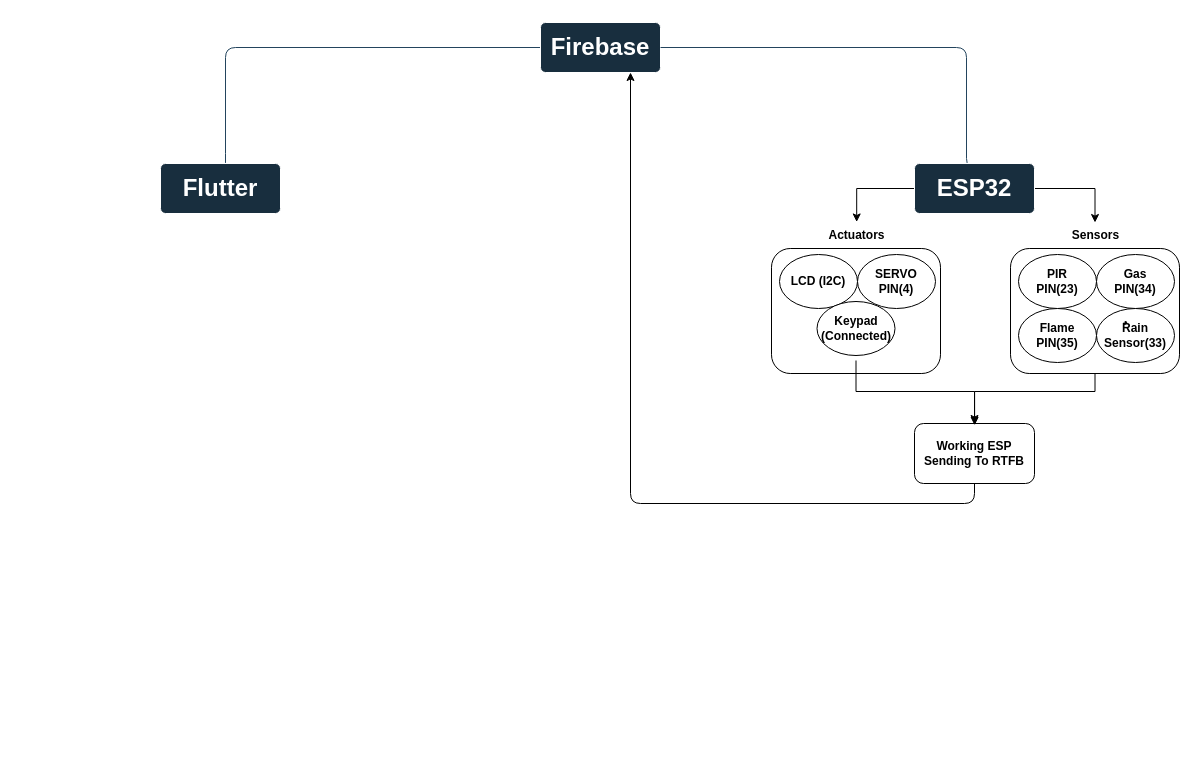
MahmoudEssam707/Embedded-Project keeps this draw.io diagram as PROJECT/Charts/Decision.drawio. Above is the earlier version. Source tidied: cells renumbered, new cells numbered last; positions are measured from the earlier drawing's top-left corner, leaving out a move shared by most shapes. Both pictures are drawn from the tidied source at 100%, with x=0, y=0 at pixel (160, 22).
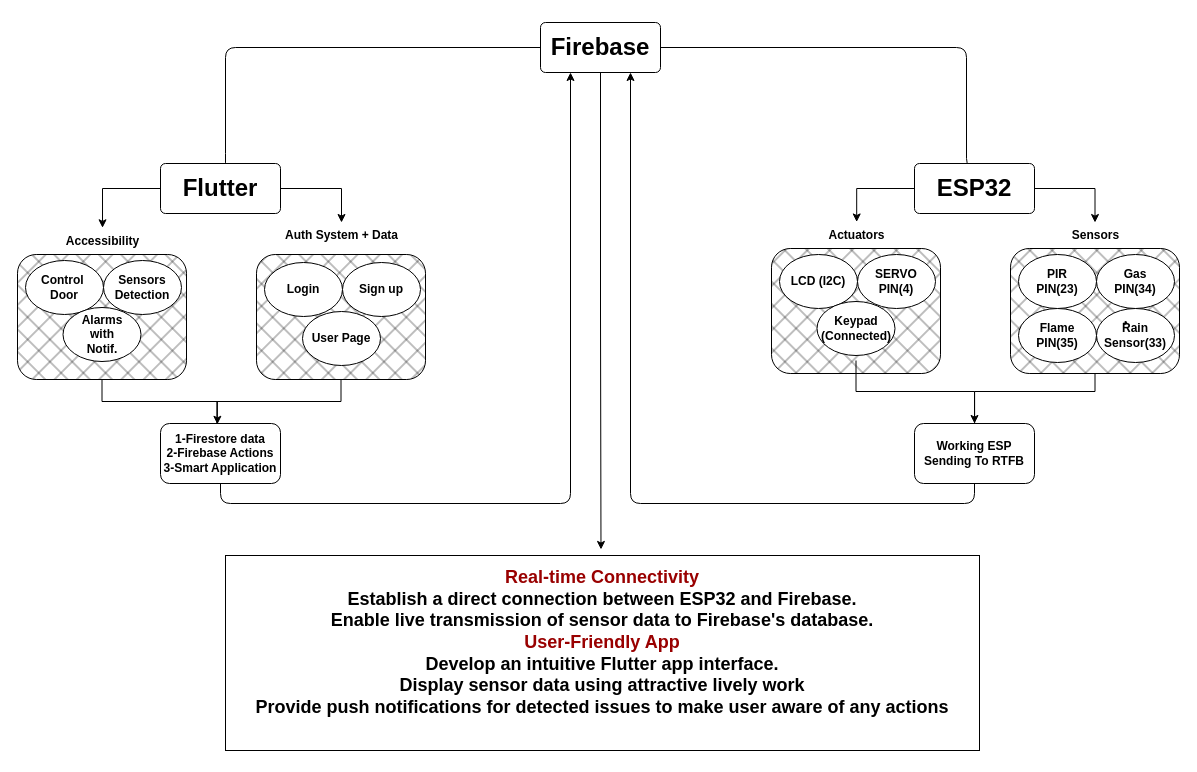
Above is the later version.

Change to the diagram source:
```diff
@@
+    <mxCell id="22" style="rounded=1;whiteSpace=wrap;html=1;direction=east;fillColor=#000000;fillStyle=cross-hatch;fontColor=#ffffff;strokeColor=#000000;" parent="1" vertex="1">
+      <mxGeometry x="850" y="226" width="169" height="125" as="geometry" />
+    </mxCell>
+    <mxCell id="23" style="rounded=1;whiteSpace=wrap;html=1;direction=east;fillColor=#000000;fillStyle=cross-hatch;fontColor=#ffffff;strokeColor=#000000;" parent="1" vertex="1">
+      <mxGeometry x="611" y="226" width="169" height="125" as="geometry" />
+    </mxCell>
-    <mxCell id="2" style="edgeStyle=orthogonalEdgeStyle;rounded=1;jettySize=auto;html=1;startArrow=none;startFill=0;endArrow=none;endFill=0;exitX=0;exitY=0.5;exitDx=0;exitDy=0;labelBackgroundColor=none;strokeColor=#23445D;fontColor=default;entryX=0;entryY=0.5;entryDx=0;entryDy=0;" parent="1" edge="1" source="3">
+    <mxCell id="2" style="edgeStyle=orthogonalEdgeStyle;rounded=1;jettySize=auto;html=1;startArrow=none;startFill=0;endArrow=none;endFill=0;exitX=0;exitY=0.5;exitDx=0;exitDy=0;labelBackgroundColor=none;fontColor=default;entryX=0;entryY=0.5;entryDx=0;entryDy=0;" parent="1" edge="1" source="3">
       <mxGeometry relative="1" as="geometry">
         <mxPoint x="65" y="156" as="targetPoint" />
         <Array as="points">
           <mxPoint x="65" y="25" />
           <mxPoint x="65" y="141" />
         </Array>
       </mxGeometry>
     </mxCell>
+    <mxCell id="24" style="edgeStyle=orthogonalEdgeStyle;rounded=0;jettySize=auto;html=1;exitX=0.5;exitY=1;exitDx=0;exitDy=0;entryX=0.498;entryY=-0.031;entryDx=0;entryDy=0;entryPerimeter=0;fontStyle=1;" parent="1" edge="1" source="3" target="41">
+      <mxGeometry relative="1" as="geometry" />
+    </mxCell>
-    <mxCell id="3" value="&lt;h1&gt;&lt;b&gt;Firebase&lt;/b&gt;&lt;/h1&gt;" style="rounded=1;arcSize=10;whiteSpace=wrap;html=1;align=center;labelBackgroundColor=none;fillColor=#182E3E;strokeColor=#FFFFFF;fontColor=#FFFFFF;direction=east;" parent="1" vertex="1">
+    <mxCell id="3" value="&lt;h1&gt;&lt;b&gt;Firebase&lt;/b&gt;&lt;/h1&gt;" style="rounded=1;arcSize=10;whiteSpace=wrap;html=1;align=center;labelBackgroundColor=none;direction=east;" parent="1" vertex="1">
       <mxGeometry x="380" width="120" height="50" as="geometry" />
     </mxCell>
-    <mxCell id="4" style="edgeStyle=orthogonalEdgeStyle;rounded=1;jettySize=auto;html=1;startArrow=none;startFill=0;endArrow=none;endFill=0;exitX=1;exitY=0.5;exitDx=0;exitDy=0;shadow=0;strokeColor=#23445D;labelBackgroundColor=none;fontColor=default;entryX=0.5;entryY=0;entryDx=0;entryDy=0;" parent="1" edge="1" source="3" target="7">
+    <mxCell id="4" style="edgeStyle=orthogonalEdgeStyle;rounded=1;jettySize=auto;html=1;startArrow=none;startFill=0;endArrow=none;endFill=0;exitX=1;exitY=0.5;exitDx=0;exitDy=0;shadow=0;labelBackgroundColor=none;fontColor=default;entryX=0.5;entryY=0;entryDx=0;entryDy=0;" parent="1" edge="1" source="3" target="7">
       <mxGeometry relative="1" as="geometry">
         <Array as="points">
           <mxPoint x="806" y="25" />
           <mxPoint x="806" y="146" />
           <mxPoint x="832" y="146" />
           <mxPoint x="832" y="141" />
         </Array>
       </mxGeometry>
     </mxCell>
@@
-    <mxCell id="7" value="&lt;h1&gt;&lt;b&gt;ESP32&lt;/b&gt;&lt;/h1&gt;" style="rounded=1;arcSize=10;whiteSpace=wrap;html=1;align=center;labelBackgroundColor=none;fillColor=#182E3E;strokeColor=#FFFFFF;fontColor=#FFFFFF;direction=east;" parent="1" vertex="1">
+    <mxCell id="7" value="&lt;h1&gt;&lt;b&gt;ESP32&lt;/b&gt;&lt;/h1&gt;" style="rounded=1;arcSize=10;whiteSpace=wrap;html=1;align=center;labelBackgroundColor=none;direction=east;" parent="1" vertex="1">
       <mxGeometry x="754" y="141" width="120" height="50" as="geometry" />
     </mxCell>
@@
-    <mxCell id="12" style="edgeStyle=orthogonalEdgeStyle;rounded=0;jettySize=auto;html=1;entryX=0.501;entryY=0.03;entryDx=0;entryDy=0;entryPerimeter=0;exitX=0.501;exitY=0.03;exitDx=0;exitDy=0;exitPerimeter=0;" parent="1" edge="1" target="21">
+    <mxCell id="12" style="edgeStyle=orthogonalEdgeStyle;rounded=0;jettySize=auto;html=1;entryX=0.501;entryY=0.03;entryDx=0;entryDy=0;entryPerimeter=0;exitX=0.501;exitY=0.03;exitDx=0;exitDy=0;exitPerimeter=0;endArrow=none;endFill=0;" parent="1" edge="1" target="21">
       <mxGeometry relative="1" as="geometry">
         <mxPoint x="934.5" y="351" as="sourcePoint" />
         <Array as="points">
           <mxPoint x="935" y="369" />
           <mxPoint x="814" y="369" />
         </Array>
       </mxGeometry>
     </mxCell>
-    <mxCell id="13" value="&lt;b&gt;Sensors&lt;/b&gt;" style="text;html=1;align=center;verticalAlign=middle;points=[];strokeColor=none;fillColor=none;" parent="1" vertex="1">
+    <mxCell id="13" value="&lt;b&gt;Sensors&lt;/b&gt;" style="text;html=1;align=center;verticalAlign=middle;points=[];" parent="1" vertex="1">
       <mxGeometry x="895.5" y="200" width="78" height="26" as="geometry" />
     </mxCell>
@@
-    <mxCell id="18" value="&lt;b&gt;Actuators&lt;/b&gt;" style="text;html=1;align=center;verticalAlign=middle;points=[];strokeColor=none;fillColor=none;" parent="1" vertex="1">
+    <mxCell id="18" value="&lt;b&gt;Actuators&lt;/b&gt;" style="text;html=1;align=center;verticalAlign=middle;points=[];" parent="1" vertex="1">
       <mxGeometry x="656.5" y="200" width="78" height="26" as="geometry" />
     </mxCell>
+    <mxCell id="25" style="edgeStyle=orthogonalEdgeStyle;rounded=0;jettySize=auto;html=1;exitX=1;exitY=0.5;exitDx=0;exitDy=0;" parent="1" edge="1" source="19" target="37">
+      <mxGeometry relative="1" as="geometry" />
+    </mxCell>
+    <mxCell id="26" style="edgeStyle=orthogonalEdgeStyle;rounded=0;jettySize=auto;html=1;exitX=0;exitY=0.5;exitDx=0;exitDy=0;entryX=0.505;entryY=-0.027;entryDx=0;entryDy=0;entryPerimeter=0;" parent="1" edge="1" source="19" target="38">
+      <mxGeometry relative="1" as="geometry" />
+    </mxCell>
-    <mxCell id="19" value="&lt;h1&gt;&lt;b&gt;Flutter&lt;/b&gt;&lt;/h1&gt;" style="rounded=1;arcSize=10;whiteSpace=wrap;html=1;align=center;labelBackgroundColor=none;fillColor=#182E3E;strokeColor=#FFFFFF;fontColor=#FFFFFF;direction=east;" parent="1" vertex="1">
+    <mxCell id="19" value="&lt;h1&gt;&lt;b&gt;Flutter&lt;/b&gt;&lt;/h1&gt;" style="rounded=1;arcSize=10;whiteSpace=wrap;html=1;align=center;labelBackgroundColor=none;direction=east;" parent="1" vertex="1">
       <mxGeometry y="141" width="120" height="50" as="geometry" />
     </mxCell>
@@
-    <mxCell id="21" value="&lt;b&gt;Working ESP&lt;br&gt;Sending To RTFB&lt;br&gt;&lt;/b&gt;" style="whiteSpace=wrap;html=1;fillColor=none;rounded=1;gradientColor=none;direction=east;" parent="1" vertex="1">
+    <mxCell id="21" value="&lt;b&gt;Working ESP&lt;br&gt;Sending To RTFB&lt;br&gt;&lt;/b&gt;" style="whiteSpace=wrap;html=1;rounded=1;direction=east;" parent="1" vertex="1">
       <mxGeometry x="754" y="401" width="120" height="60" as="geometry" />
     </mxCell>
-    <mxCell id="22" style="rounded=1;whiteSpace=wrap;html=1;gradientColor=none;fillColor=none;direction=east;" parent="1" vertex="1">
-      <mxGeometry x="850" y="226" width="169" height="125" as="geometry" />
-    </mxCell>
-    <mxCell id="23" style="rounded=1;whiteSpace=wrap;html=1;gradientColor=none;fillColor=none;direction=east;" parent="1" vertex="1">
-      <mxGeometry x="611" y="226" width="169" height="125" as="geometry" />
-    </mxCell>
+    <mxCell id="27" style="edgeStyle=orthogonalEdgeStyle;rounded=0;jettySize=auto;html=1;exitX=0.5;exitY=1;exitDx=0;exitDy=0;entryX=0.47;entryY=0.015;entryDx=0;entryDy=0;entryPerimeter=0;endArrow=none;endFill=0;" parent="1" edge="1" source="28" target="40">
+      <mxGeometry relative="1" as="geometry" />
+    </mxCell>
+    <mxCell id="28" style="rounded=1;whiteSpace=wrap;html=1;direction=east;fillColor=#000000;fillStyle=cross-hatch;fontColor=#ffffff;strokeColor=#000000;" parent="1" vertex="1">
+      <mxGeometry x="96" y="232" width="169" height="125" as="geometry" />
+    </mxCell>
+    <mxCell id="29" style="edgeStyle=orthogonalEdgeStyle;rounded=0;jettySize=auto;html=1;exitX=0.5;exitY=1;exitDx=0;exitDy=0;entryX=0.474;entryY=0.013;entryDx=0;entryDy=0;entryPerimeter=0;" parent="1" edge="1" source="30" target="40">
+      <mxGeometry relative="1" as="geometry" />
+    </mxCell>
+    <mxCell id="30" style="rounded=1;whiteSpace=wrap;html=1;direction=east;fillColor=#000000;fillStyle=cross-hatch;fontColor=#ffffff;strokeColor=#000000;" parent="1" vertex="1">
+      <mxGeometry x="-143" y="232" width="169" height="125" as="geometry" />
+    </mxCell>
+    <mxCell id="31" value="&lt;b&gt;User Page&lt;br&gt;&lt;/b&gt;" style="ellipse;whiteSpace=wrap;html=1;direction=east;" parent="1" vertex="1">
+      <mxGeometry x="142" y="289" width="78" height="54" as="geometry" />
+    </mxCell>
+    <mxCell id="32" value="&lt;b&gt;Login&lt;br&gt;&lt;/b&gt;" style="ellipse;whiteSpace=wrap;html=1;direction=east;" parent="1" vertex="1">
+      <mxGeometry x="104" y="240" width="78" height="54" as="geometry" />
+    </mxCell>
+    <mxCell id="33" value="&lt;b&gt;Sign up&lt;br&gt;&lt;/b&gt;" style="ellipse;whiteSpace=wrap;html=1;direction=east;" parent="1" vertex="1">
+      <mxGeometry x="182" y="240" width="78" height="54" as="geometry" />
+    </mxCell>
+    <mxCell id="34" value="&lt;b&gt;Control&amp;nbsp;&lt;br&gt;Door&lt;br&gt;&lt;/b&gt;" style="ellipse;whiteSpace=wrap;html=1;direction=east;" parent="1" vertex="1">
+      <mxGeometry x="-135" y="238" width="78" height="54" as="geometry" />
+    </mxCell>
+    <mxCell id="35" value="&lt;b&gt;Sensors Detection&lt;br&gt;&lt;/b&gt;" style="ellipse;whiteSpace=wrap;html=1;direction=east;" parent="1" vertex="1">
+      <mxGeometry x="-57" y="238" width="78" height="54" as="geometry" />
+    </mxCell>
+    <mxCell id="36" value="&lt;b&gt;Alarms&lt;br&gt;with&lt;br&gt;Notif.&lt;br&gt;&lt;/b&gt;" style="ellipse;whiteSpace=wrap;html=1;direction=east;" parent="1" vertex="1">
+      <mxGeometry x="-97.5" y="285" width="78" height="54" as="geometry" />
+    </mxCell>
+    <mxCell id="37" value="&lt;b&gt;Auth System + Data&lt;/b&gt;" style="text;html=1;align=center;verticalAlign=middle;points=[];strokeColor=none;fillColor=none;" parent="1" vertex="1">
+      <mxGeometry x="109.5" y="200" width="143" height="26" as="geometry" />
+    </mxCell>
+    <mxCell id="38" value="&lt;b&gt;Accessibility&lt;/b&gt;" style="text;html=1;align=center;verticalAlign=middle;points=[];strokeColor=none;fillColor=none;" parent="1" vertex="1">
+      <mxGeometry x="-110.5" y="206" width="104" height="26" as="geometry" />
+    </mxCell>
+    <mxCell id="39" style="edgeStyle=orthogonalEdgeStyle;rounded=1;jettySize=auto;html=1;exitX=0.5;exitY=1;exitDx=0;exitDy=0;entryX=0.25;entryY=1;entryDx=0;entryDy=0;" parent="1" edge="1" source="40" target="3">
+      <mxGeometry relative="1" as="geometry" />
+    </mxCell>
+    <mxCell id="40" value="&lt;b&gt;1-Firestore data&lt;br&gt;2-Firebase Actions&lt;br&gt;3-Smart Application&lt;/b&gt;" style="whiteSpace=wrap;html=1;rounded=1;direction=east;" parent="1" vertex="1">
+      <mxGeometry y="401" width="120" height="60" as="geometry" />
+    </mxCell>
+    <mxCell id="41" value="&lt;h2&gt;&lt;font color=&quot;#990000&quot;&gt;&lt;b&gt;Real-time Connectivity&lt;/b&gt;&lt;b&gt;&lt;br&gt;&lt;/b&gt;&lt;/font&gt;&lt;b&gt;Establish a direct connection between ESP32 and Firebase.&lt;br&gt;&lt;/b&gt;&lt;b&gt;Enable live transmission of sensor data to Firebase's database.&lt;br&gt;&lt;/b&gt;&lt;font color=&quot;#990000&quot;&gt;&lt;b&gt;User-Friendly App&lt;/b&gt;&lt;b&gt;&lt;br&gt;&lt;/b&gt;&lt;/font&gt;&lt;b&gt;Develop an intuitive Flutter app interface.&lt;br&gt;&lt;/b&gt;&lt;b&gt;Display sensor data using attractive lively work&lt;br&gt;&lt;/b&gt;&lt;b&gt;Provide push notifications for detected issues to make user aware of any actions&lt;br&gt;&lt;/b&gt;&lt;br&gt;&lt;/h2&gt;" style="whiteSpace=wrap;html=1;" parent="1" vertex="1">
+      <mxGeometry x="65" y="533" width="754" height="195" as="geometry" />
+    </mxCell>
```
